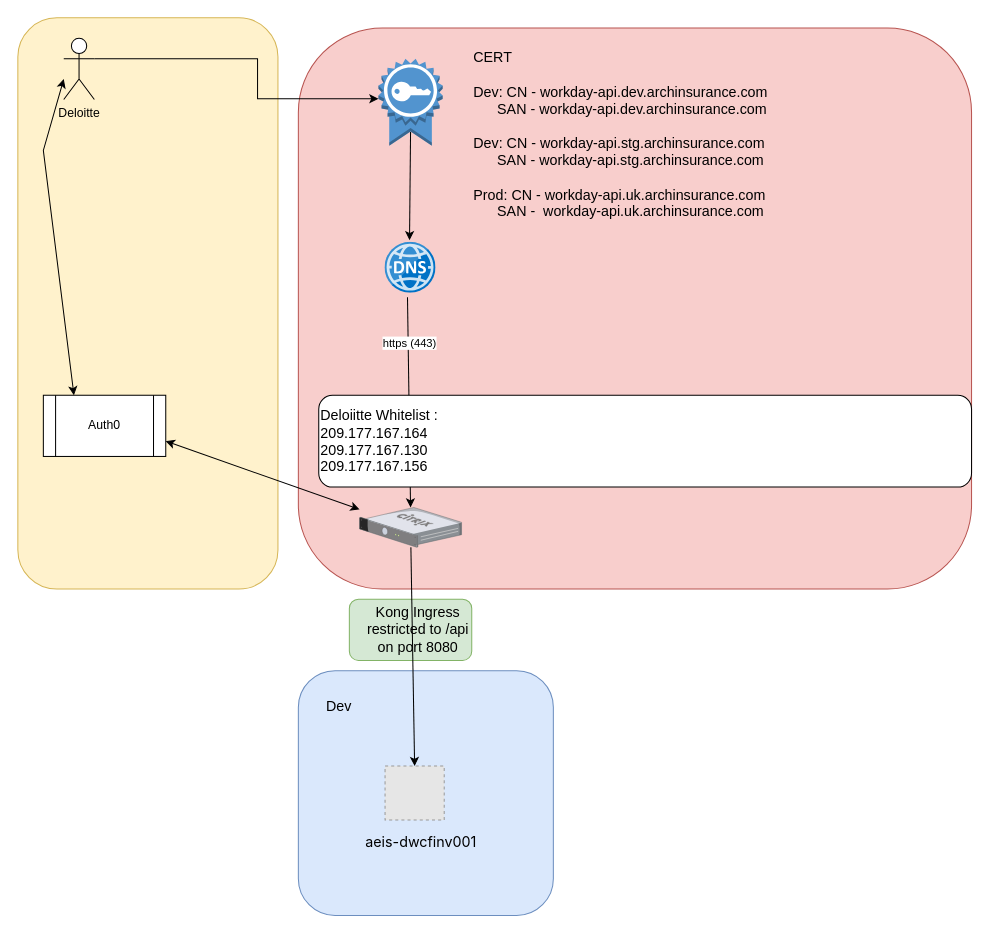
The draw.io diagram Untitled Diagram.drawio in MarkFSummers/draw.io, before the edit. Source tidied: cells renumbered, new cells numbered last; positions are measured from the earlier drawing's top-left corner, leaving out a move shared by most shapes. Both pictures are drawn from the tidied source at 102%, with x=0, y=0 at pixel (17, 17). Pictures stored in the file or linked from it are replaced by grey dashed boxes.
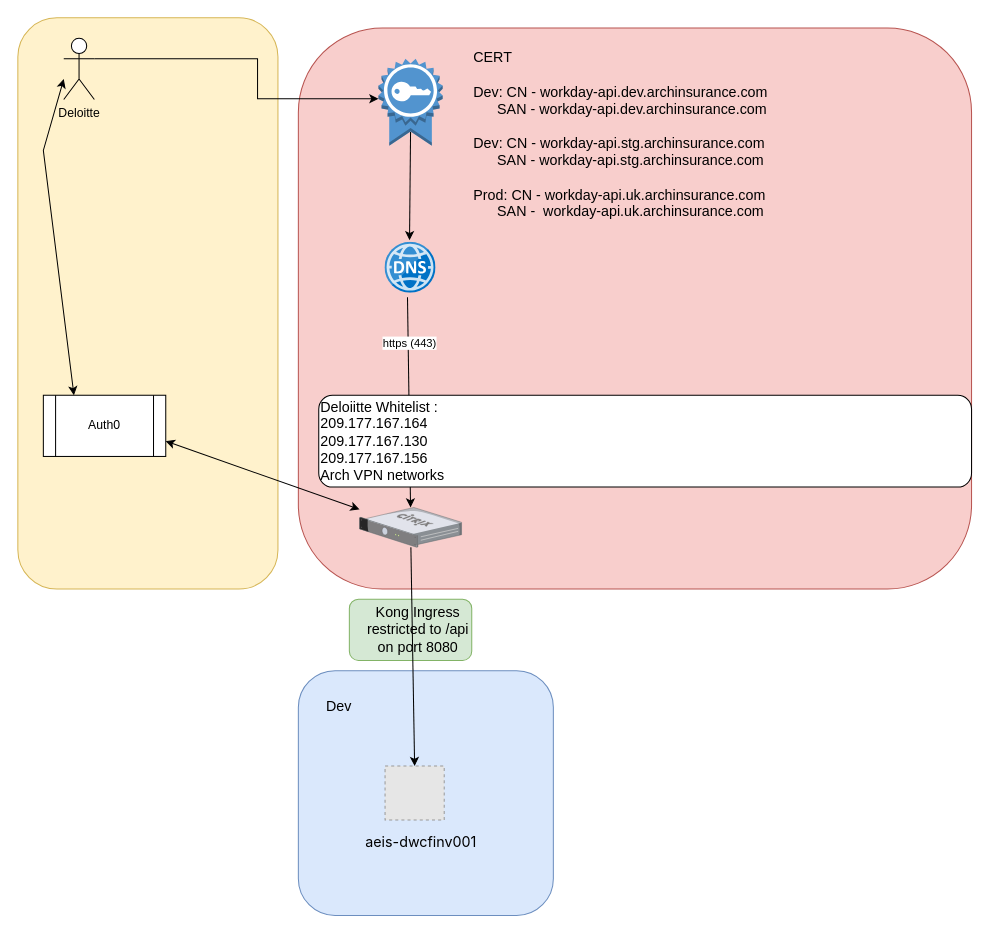
After the change.

Change to the diagram source:
```diff
@@
-    <mxCell id="21" value="Deloiitte Whitelist :&lt;br&gt;209.177.167.164&lt;br&gt;209.177.167.130&lt;br&gt;209.177.167.156" style="rounded=1;whiteSpace=wrap;html=1;fontFamily=Helvetica;fontSize=14;align=left;" parent="1" vertex="1">
+    <mxCell id="21" value="Deloiitte Whitelist :&lt;br&gt;209.177.167.164&lt;br&gt;209.177.167.130&lt;br&gt;209.177.167.156&lt;br&gt;Arch VPN networks&amp;nbsp;" style="rounded=1;whiteSpace=wrap;html=1;fontFamily=Helvetica;fontSize=14;align=left;" parent="1" vertex="1">
       <mxGeometry x="295" y="370" width="640" height="90" as="geometry" />
     </mxCell>
```
